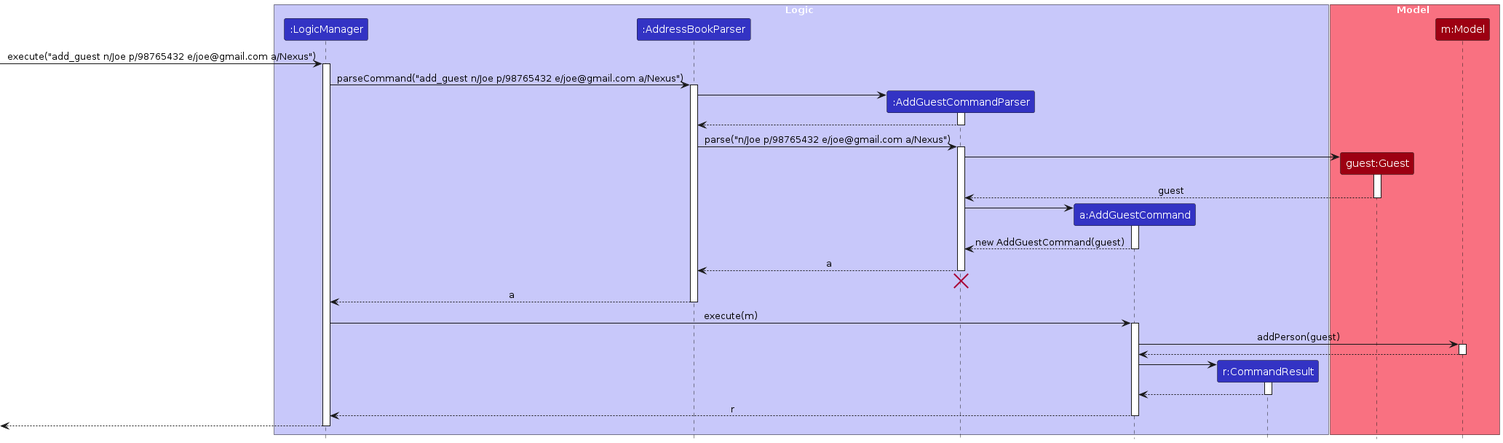
This is diagrams/AddGuestSequenceDiagram.png from AY2425S1-CS2103T-F09-3/tp, a PlantUML export, as it was before one commit. Its source is kept beside it as diagrams/AddGuestSequenceDiagram.puml.
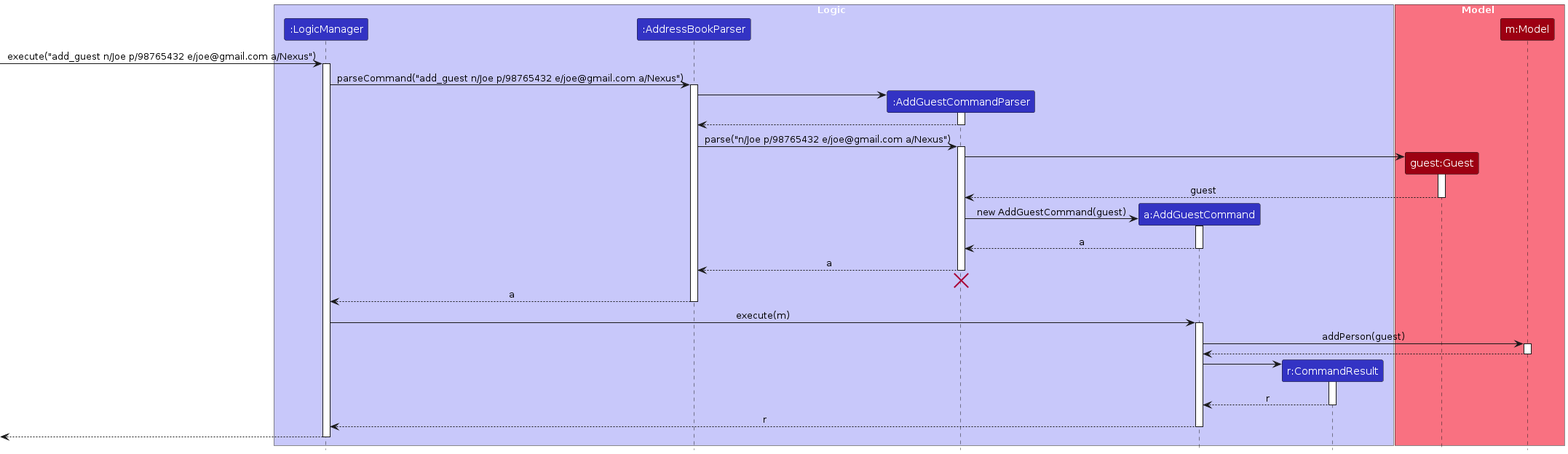
The same diagram one commit later.

Change to the diagram source:
```diff
@@ -39,10 +39,10 @@
 deactivate Guest
 
 create AddGuestCommand
-AddGuestCommandParser -> AddGuestCommand
+AddGuestCommandParser -> AddGuestCommand : new AddGuestCommand(guest)
 activate AddGuestCommand
 
-AddGuestCommand --> AddGuestCommandParser : new AddGuestCommand(guest)
+AddGuestCommand --> AddGuestCommandParser : a
 deactivate AddGuestCommand
 
 AddGuestCommandParser --> AddressBookParser : a
@@ -66,7 +66,7 @@
 AddGuestCommand -> CommandResult
 activate CommandResult
 
-CommandResult --> AddGuestCommand
+CommandResult --> AddGuestCommand : r
 deactivate CommandResult
 
 AddGuestCommand --> LogicManager : r
```
